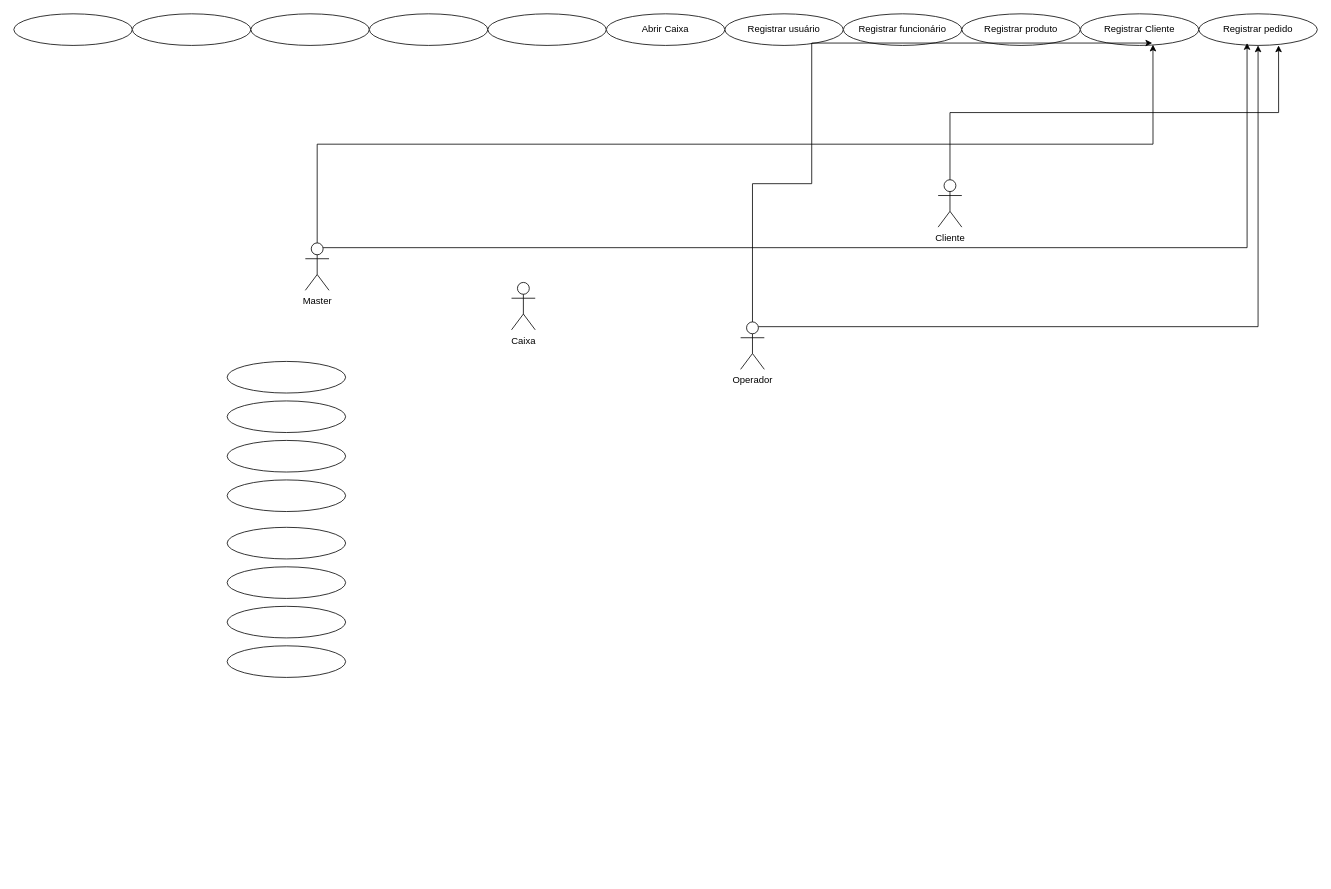
Earlier version of the draw.io diagram page "Página-2" (2 of 2) of Diagrama sem nome.drawio (FSOFTSistemas/API-classificacao-fiscal). Source tidied: cells renumbered, new cells numbered last; positions are measured from the earlier drawing's top-left corner, leaving out a move shared by most shapes. Both pictures are drawn from the tidied source at 79%, with x=0, y=0 at pixel (13, 13).
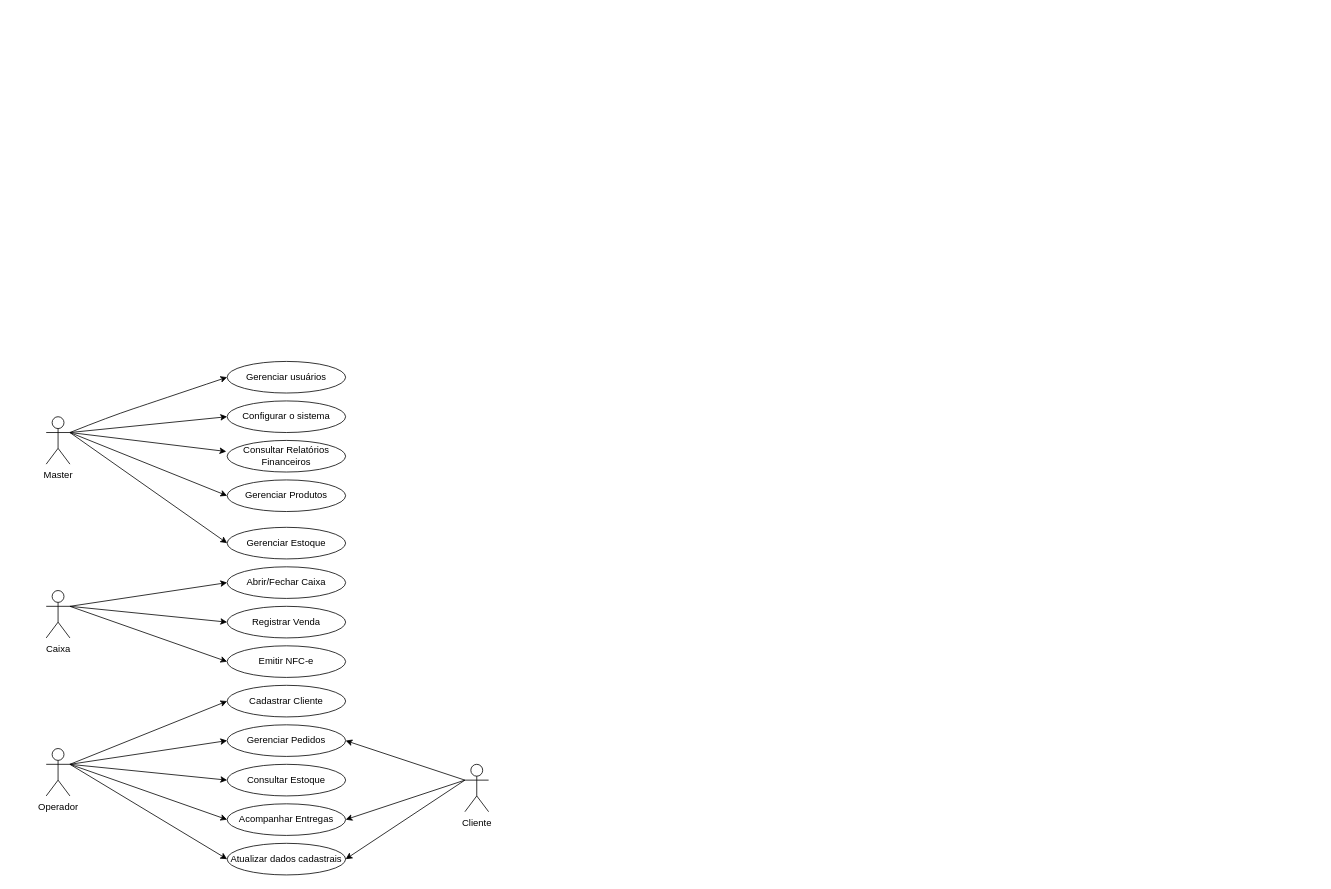
The same page after the edit.

The edit, as a diff of the source:
```diff
@@
-    <mxCell id="2" style="edgeStyle=orthogonalEdgeStyle;rounded=0;jettySize=auto;html=1;exitX=0.75;exitY=0.1;exitDx=0;exitDy=0;exitPerimeter=0;entryX=0.5;entryY=1;entryDx=0;entryDy=0;" parent="1" edge="1" source="3" target="13">
-      <mxGeometry relative="1" as="geometry" />
-    </mxCell>
     <mxCell id="3" value="Operador" style="shape=umlActor;verticalLabelPosition=bottom;verticalAlign=top;html=1;outlineConnect=0;" parent="1" vertex="1">
-      <mxGeometry x="920" y="390" width="30" height="60" as="geometry" />
+      <mxGeometry x="41" y="930" width="30" height="60" as="geometry" />
     </mxCell>
     <mxCell id="4" value="Caixa" style="shape=umlActor;verticalLabelPosition=bottom;verticalAlign=top;html=1;outlineConnect=0;" parent="1" vertex="1">
-      <mxGeometry x="630" y="340" width="30" height="60" as="geometry" />
+      <mxGeometry x="41" y="730" width="30" height="60" as="geometry" />
     </mxCell>
     <mxCell id="5" value="Master" style="shape=umlActor;verticalLabelPosition=bottom;verticalAlign=top;html=1;outlineConnect=0;" parent="1" vertex="1">
-      <mxGeometry x="369" y="290" width="30" height="60" as="geometry" />
+      <mxGeometry x="41" y="510" width="30" height="60" as="geometry" />
     </mxCell>
-    <mxCell id="6" style="ellipse;whiteSpace=wrap;html=1;" parent="1" vertex="1">
-      <mxGeometry width="150" height="40" as="geometry" />
-    </mxCell>
-    <mxCell id="7" style="ellipse;whiteSpace=wrap;html=1;" parent="1" vertex="1">
-      <mxGeometry x="150" width="150" height="40" as="geometry" />
-    </mxCell>
-    <mxCell id="8" style="ellipse;whiteSpace=wrap;html=1;" parent="1" vertex="1">
-      <mxGeometry x="300" width="150" height="40" as="geometry" />
-    </mxCell>
-    <mxCell id="9" value="Registrar usuário" style="ellipse;whiteSpace=wrap;html=1;" parent="1" vertex="1">
-      <mxGeometry x="900" width="150" height="40" as="geometry" />
-    </mxCell>
-    <mxCell id="10" value="Registrar funcionário" style="ellipse;whiteSpace=wrap;html=1;" parent="1" vertex="1">
-      <mxGeometry x="1050" width="150" height="40" as="geometry" />
-    </mxCell>
-    <mxCell id="11" value="Registrar produto" style="ellipse;whiteSpace=wrap;html=1;" parent="1" vertex="1">
-      <mxGeometry x="1200" width="150" height="40" as="geometry" />
-    </mxCell>
-    <mxCell id="12" value="Registrar Cliente" style="ellipse;whiteSpace=wrap;html=1;" parent="1" vertex="1">
-      <mxGeometry x="1350" width="150" height="40" as="geometry" />
-    </mxCell>
-    <mxCell id="13" value="Registrar pedido" style="ellipse;whiteSpace=wrap;html=1;" parent="1" vertex="1">
-      <mxGeometry x="1500" width="150" height="40" as="geometry" />
-    </mxCell>
-    <mxCell id="14" style="ellipse;whiteSpace=wrap;html=1;" parent="1" vertex="1">
+    <mxCell id="14" value="Gerenciar usuários" style="ellipse;whiteSpace=wrap;html=1;" parent="1" vertex="1">
       <mxGeometry x="270" y="440" width="150" height="40" as="geometry" />
     </mxCell>
-    <mxCell id="15" style="ellipse;whiteSpace=wrap;html=1;" parent="1" vertex="1">
+    <mxCell id="15" value="Configurar o sistema" style="ellipse;whiteSpace=wrap;html=1;" parent="1" vertex="1">
       <mxGeometry x="270" y="490" width="150" height="40" as="geometry" />
     </mxCell>
-    <mxCell id="16" style="ellipse;whiteSpace=wrap;html=1;" parent="1" vertex="1">
+    <mxCell id="16" value="Consultar Relatórios Financeiros" style="ellipse;whiteSpace=wrap;html=1;" parent="1" vertex="1">
       <mxGeometry x="270" y="540" width="150" height="40" as="geometry" />
     </mxCell>
-    <mxCell id="17" style="ellipse;whiteSpace=wrap;html=1;" parent="1" vertex="1">
+    <mxCell id="17" value="Gerenciar Produtos" style="ellipse;whiteSpace=wrap;html=1;" parent="1" vertex="1">
       <mxGeometry x="270" y="590" width="150" height="40" as="geometry" />
     </mxCell>
     <mxCell id="18" value="Cliente" style="shape=umlActor;verticalLabelPosition=bottom;verticalAlign=top;html=1;outlineConnect=0;" parent="1" vertex="1">
-      <mxGeometry x="1170" y="210" width="30" height="60" as="geometry" />
+      <mxGeometry x="571" y="950" width="30" height="60" as="geometry" />
     </mxCell>
-    <mxCell id="19" style="ellipse;whiteSpace=wrap;html=1;" parent="1" vertex="1">
+    <mxCell id="19" value="Gerenciar Estoque" style="ellipse;whiteSpace=wrap;html=1;" parent="1" vertex="1">
       <mxGeometry x="270" y="650" width="150" height="40" as="geometry" />
     </mxCell>
-    <mxCell id="20" style="ellipse;whiteSpace=wrap;html=1;" parent="1" vertex="1">
+    <mxCell id="20" value="Abrir/Fechar Caixa" style="ellipse;whiteSpace=wrap;html=1;" parent="1" vertex="1">
       <mxGeometry x="270" y="700" width="150" height="40" as="geometry" />
     </mxCell>
-    <mxCell id="21" style="ellipse;whiteSpace=wrap;html=1;" parent="1" vertex="1">
+    <mxCell id="21" value="Registrar Venda" style="ellipse;whiteSpace=wrap;html=1;" parent="1" vertex="1">
       <mxGeometry x="270" y="750" width="150" height="40" as="geometry" />
     </mxCell>
-    <mxCell id="22" style="ellipse;whiteSpace=wrap;html=1;" parent="1" vertex="1">
+    <mxCell id="22" value="Emitir NFC-e" style="ellipse;whiteSpace=wrap;html=1;" parent="1" vertex="1">
       <mxGeometry x="270" y="800" width="150" height="40" as="geometry" />
     </mxCell>
-    <mxCell id="23" style="edgeStyle=orthogonalEdgeStyle;rounded=0;jettySize=auto;html=1;exitX=0.5;exitY=0;exitDx=0;exitDy=0;exitPerimeter=0;entryX=0.673;entryY=1;entryDx=0;entryDy=0;entryPerimeter=0;" parent="1" edge="1" source="18" target="13">
-      <mxGeometry relative="1" as="geometry" />
-    </mxCell>
-    <mxCell id="24" style="edgeStyle=orthogonalEdgeStyle;rounded=0;jettySize=auto;html=1;exitX=0.75;exitY=0.1;exitDx=0;exitDy=0;exitPerimeter=0;entryX=0.407;entryY=0.925;entryDx=0;entryDy=0;entryPerimeter=0;" parent="1" edge="1" source="5" target="13">
-      <mxGeometry relative="1" as="geometry" />
-    </mxCell>
-    <mxCell id="25" style="edgeStyle=orthogonalEdgeStyle;rounded=0;jettySize=auto;html=1;exitX=0.5;exitY=0;exitDx=0;exitDy=0;exitPerimeter=0;entryX=0.613;entryY=0.975;entryDx=0;entryDy=0;entryPerimeter=0;" parent="1" edge="1" source="5" target="12">
-      <mxGeometry relative="1" as="geometry" />
-    </mxCell>
-    <mxCell id="26" style="edgeStyle=orthogonalEdgeStyle;rounded=0;jettySize=auto;html=1;exitX=0.5;exitY=0;exitDx=0;exitDy=0;exitPerimeter=0;entryX=0.607;entryY=0.925;entryDx=0;entryDy=0;entryPerimeter=0;" parent="1" edge="1" source="3" target="12">
-      <mxGeometry relative="1" as="geometry">
-        <Array as="points">
-          <mxPoint x="935" y="215" />
-          <mxPoint x="1010" y="215" />
-          <mxPoint x="1010" y="37" />
-        </Array>
-      </mxGeometry>
-    </mxCell>
-    <mxCell id="27" style="ellipse;whiteSpace=wrap;html=1;" parent="1" vertex="1">
-      <mxGeometry x="450" width="150" height="40" as="geometry" />
-    </mxCell>
-    <mxCell id="28" style="ellipse;whiteSpace=wrap;html=1;" parent="1" vertex="1">
-      <mxGeometry x="600" width="150" height="40" as="geometry" />
-    </mxCell>
-    <mxCell id="29" value="Abrir Caixa" style="ellipse;whiteSpace=wrap;html=1;" parent="1" vertex="1">
-      <mxGeometry x="750" width="150" height="40" as="geometry" />
-    </mxCell>
+    <mxCell id="30" style="curved=1;endArrow=classic;html=1;rounded=0;entryX=0;entryY=0.5;entryDx=0;entryDy=0;exitX=1;exitY=0.3333333333333333;exitDx=0;exitDy=0;exitPerimeter=0;" parent="1" edge="1" source="5" target="14">
+      <mxGeometry relative="1" as="geometry">
+        <Array as="points">
+          <mxPoint x="121" y="510" />
+          <mxPoint x="181" y="490" />
+        </Array>
+      </mxGeometry>
+    </mxCell>
+    <mxCell id="31" style="endArrow=classic;html=1;rounded=0;exitX=1;exitY=0.3333333333333333;exitDx=0;exitDy=0;exitPerimeter=0;entryX=0;entryY=0.5;entryDx=0;entryDy=0;" parent="1" edge="1" source="5" target="15">
+      <mxGeometry relative="1" as="geometry" />
+    </mxCell>
+    <mxCell id="32" style="endArrow=classic;html=1;rounded=0;entryX=-0.007;entryY=0.35;entryDx=0;entryDy=0;entryPerimeter=0;" parent="1" edge="1" target="16">
+      <mxGeometry relative="1" as="geometry">
+        <mxPoint x="71" y="530" as="sourcePoint" />
+      </mxGeometry>
+    </mxCell>
+    <mxCell id="33" style="endArrow=classic;html=1;rounded=0;entryX=0;entryY=0.5;entryDx=0;entryDy=0;exitX=1;exitY=0.3333333333333333;exitDx=0;exitDy=0;exitPerimeter=0;" parent="1" edge="1" source="5" target="17">
+      <mxGeometry relative="1" as="geometry" />
+    </mxCell>
+    <mxCell id="34" style="endArrow=classic;html=1;rounded=0;exitX=1;exitY=0.3333333333333333;exitDx=0;exitDy=0;exitPerimeter=0;entryX=0;entryY=0.5;entryDx=0;entryDy=0;" parent="1" edge="1" source="5" target="19">
+      <mxGeometry relative="1" as="geometry" />
+    </mxCell>
+    <mxCell id="35" style="endArrow=classic;html=1;rounded=0;exitX=1;exitY=0.3333333333333333;exitDx=0;exitDy=0;exitPerimeter=0;entryX=0;entryY=0.5;entryDx=0;entryDy=0;" parent="1" edge="1" source="4" target="20">
+      <mxGeometry relative="1" as="geometry" />
+    </mxCell>
+    <mxCell id="36" style="endArrow=classic;html=1;rounded=0;exitX=1;exitY=0.3333333333333333;exitDx=0;exitDy=0;exitPerimeter=0;entryX=0;entryY=0.5;entryDx=0;entryDy=0;" parent="1" edge="1" source="4" target="21">
+      <mxGeometry relative="1" as="geometry" />
+    </mxCell>
+    <mxCell id="37" style="endArrow=classic;html=1;rounded=0;exitX=1;exitY=0.3333333333333333;exitDx=0;exitDy=0;exitPerimeter=0;entryX=0;entryY=0.5;entryDx=0;entryDy=0;" parent="1" edge="1" source="4" target="22">
+      <mxGeometry relative="1" as="geometry" />
+    </mxCell>
+    <mxCell id="38" value="Cadastrar Cliente" style="ellipse;whiteSpace=wrap;html=1;" parent="1" vertex="1">
+      <mxGeometry x="270" y="850" width="150" height="40" as="geometry" />
+    </mxCell>
+    <mxCell id="39" value="Gerenciar Pedidos" style="ellipse;whiteSpace=wrap;html=1;" parent="1" vertex="1">
+      <mxGeometry x="270" y="900" width="150" height="40" as="geometry" />
+    </mxCell>
+    <mxCell id="40" value="Consultar Estoque" style="ellipse;whiteSpace=wrap;html=1;" parent="1" vertex="1">
+      <mxGeometry x="270" y="950" width="150" height="40" as="geometry" />
+    </mxCell>
+    <mxCell id="41" value="Acompanhar Entregas" style="ellipse;whiteSpace=wrap;html=1;" parent="1" vertex="1">
+      <mxGeometry x="270" y="1000" width="150" height="40" as="geometry" />
+    </mxCell>
+    <mxCell id="42" style="endArrow=classic;html=1;rounded=0;exitX=1;exitY=0.3333333333333333;exitDx=0;exitDy=0;exitPerimeter=0;entryX=0;entryY=0.5;entryDx=0;entryDy=0;" parent="1" edge="1" source="3" target="38">
+      <mxGeometry relative="1" as="geometry" />
+    </mxCell>
+    <mxCell id="43" style="endArrow=classic;html=1;rounded=0;exitX=1;exitY=0.3333333333333333;exitDx=0;exitDy=0;exitPerimeter=0;entryX=0;entryY=0.5;entryDx=0;entryDy=0;" parent="1" edge="1" source="3" target="39">
+      <mxGeometry relative="1" as="geometry" />
+    </mxCell>
+    <mxCell id="44" style="endArrow=classic;html=1;rounded=0;entryX=0;entryY=0.5;entryDx=0;entryDy=0;" parent="1" edge="1" target="41">
+      <mxGeometry relative="1" as="geometry">
+        <mxPoint x="71" y="950" as="sourcePoint" />
+      </mxGeometry>
+    </mxCell>
+    <mxCell id="45" style="endArrow=classic;html=1;rounded=0;exitX=1;exitY=0.3333333333333333;exitDx=0;exitDy=0;exitPerimeter=0;entryX=0;entryY=0.5;entryDx=0;entryDy=0;" parent="1" edge="1" source="3" target="40">
+      <mxGeometry relative="1" as="geometry" />
+    </mxCell>
+    <mxCell id="46" style="endArrow=classic;html=1;rounded=0;exitX=0;exitY=0.3333333333333333;exitDx=0;exitDy=0;exitPerimeter=0;entryX=1;entryY=0.5;entryDx=0;entryDy=0;" parent="1" edge="1" source="18" target="41">
+      <mxGeometry relative="1" as="geometry" />
+    </mxCell>
+    <mxCell id="47" value="Atualizar dados cadastrais" style="ellipse;whiteSpace=wrap;html=1;" parent="1" vertex="1">
+      <mxGeometry x="270" y="1050" width="150" height="40" as="geometry" />
+    </mxCell>
+    <mxCell id="48" style="endArrow=classic;html=1;rounded=0;exitX=1;exitY=0.3333333333333333;exitDx=0;exitDy=0;exitPerimeter=0;entryX=0;entryY=0.5;entryDx=0;entryDy=0;" parent="1" edge="1" source="3" target="47">
+      <mxGeometry relative="1" as="geometry" />
+    </mxCell>
+    <mxCell id="49" style="endArrow=classic;html=1;rounded=0;exitX=0;exitY=0.3333333333333333;exitDx=0;exitDy=0;exitPerimeter=0;entryX=1;entryY=0.5;entryDx=0;entryDy=0;" parent="1" edge="1" source="18" target="47">
+      <mxGeometry relative="1" as="geometry" />
+    </mxCell>
+    <mxCell id="50" style="endArrow=classic;html=1;rounded=0;exitX=0;exitY=0.3333333333333333;exitDx=0;exitDy=0;exitPerimeter=0;entryX=1;entryY=0.5;entryDx=0;entryDy=0;" parent="1" edge="1" source="18" target="39">
+      <mxGeometry relative="1" as="geometry" />
+    </mxCell>
```
